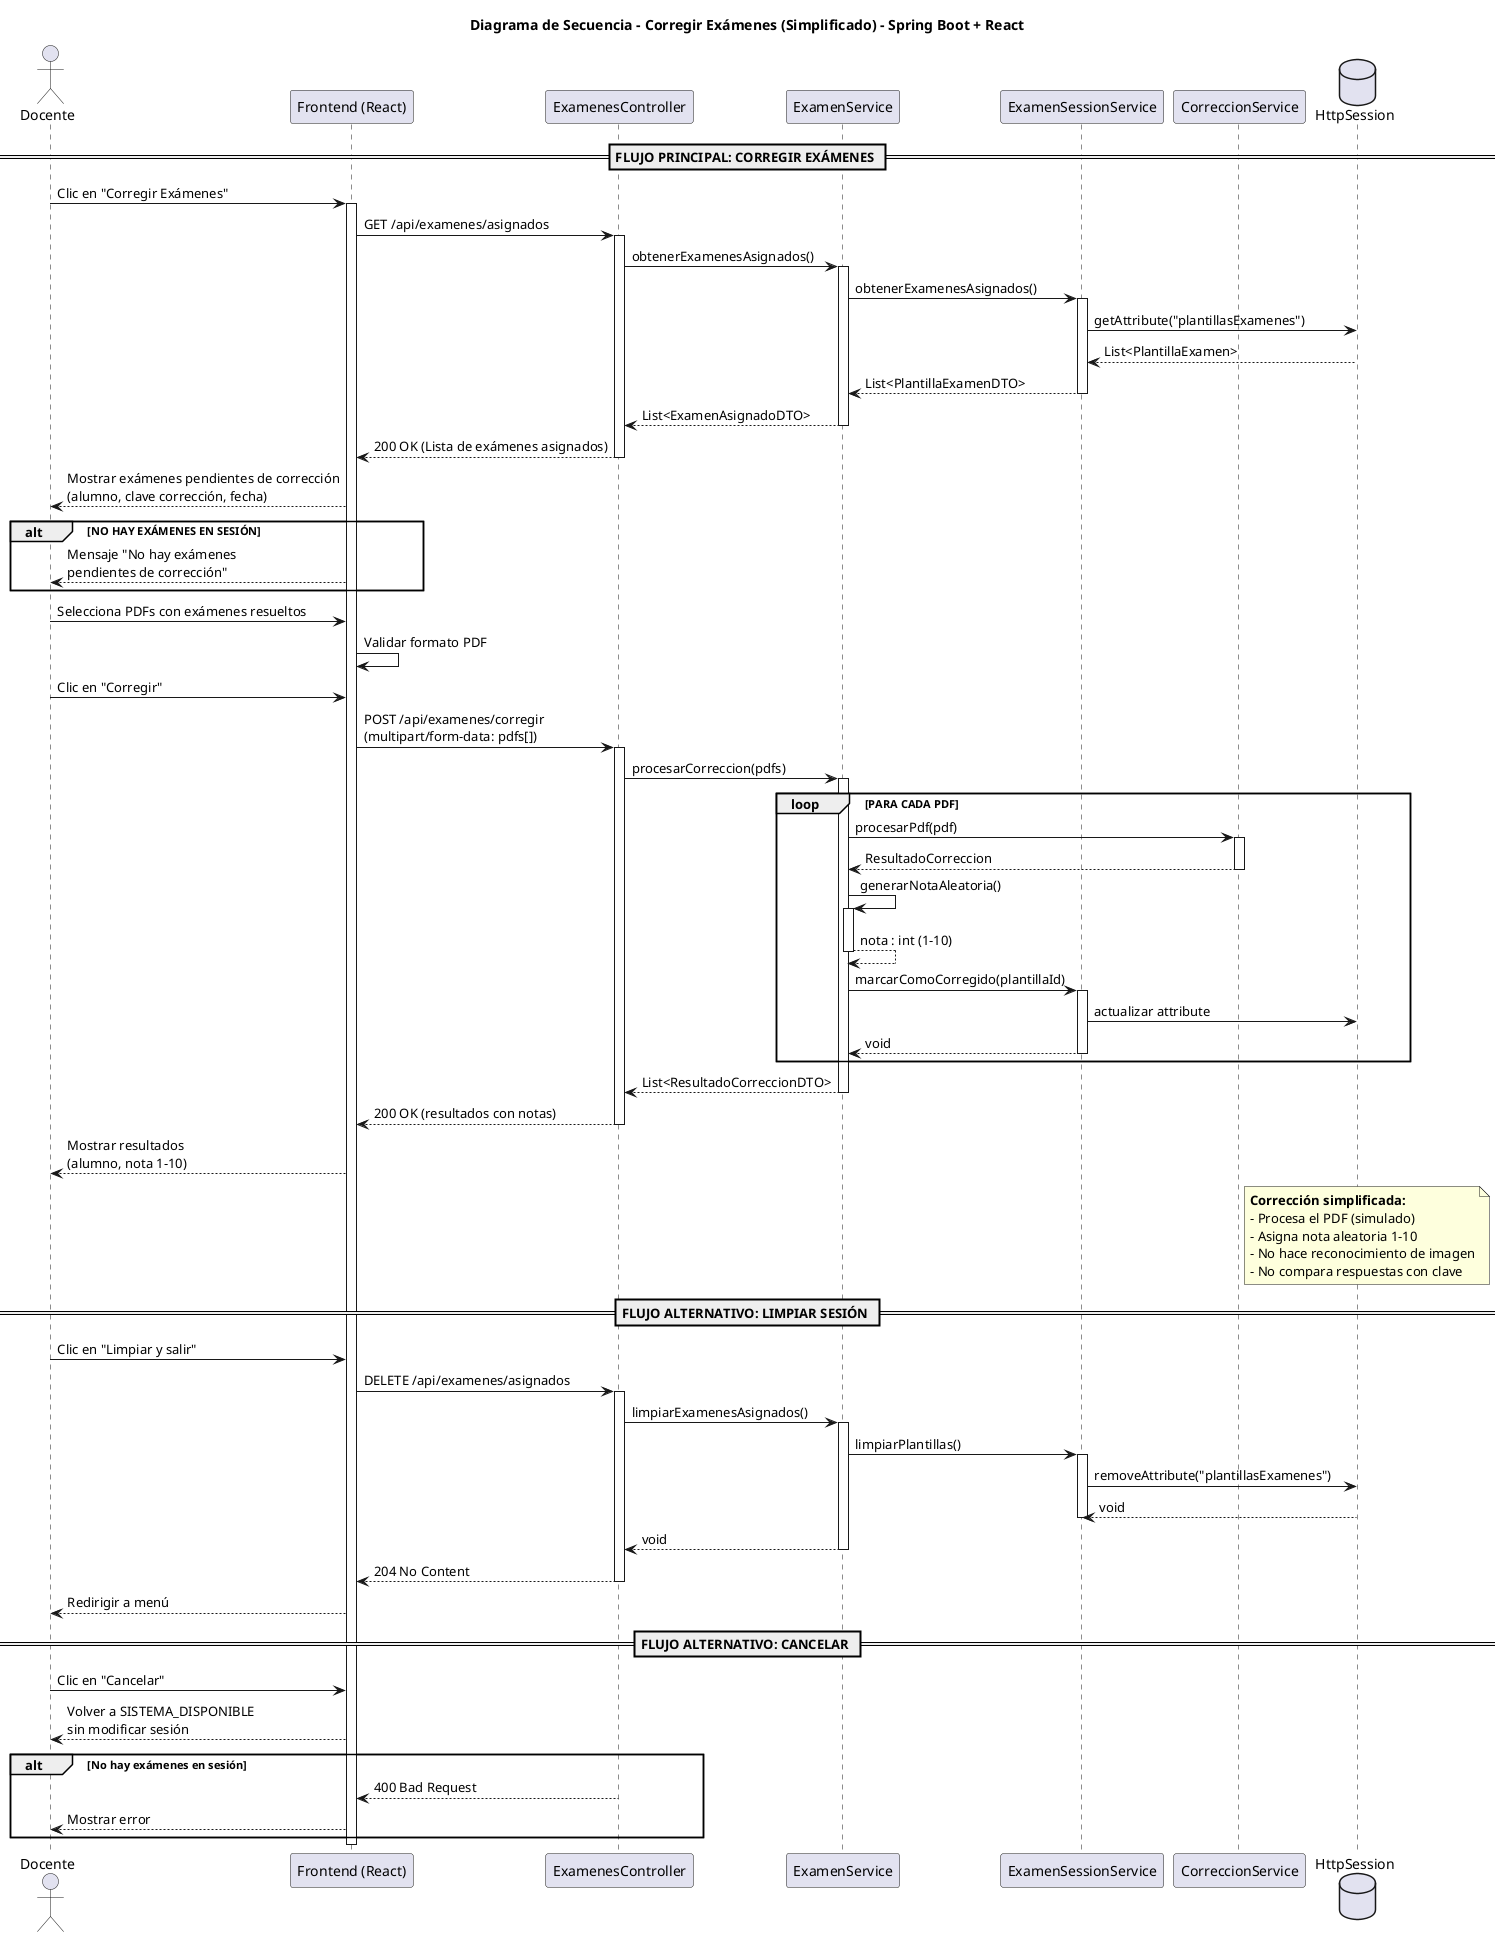
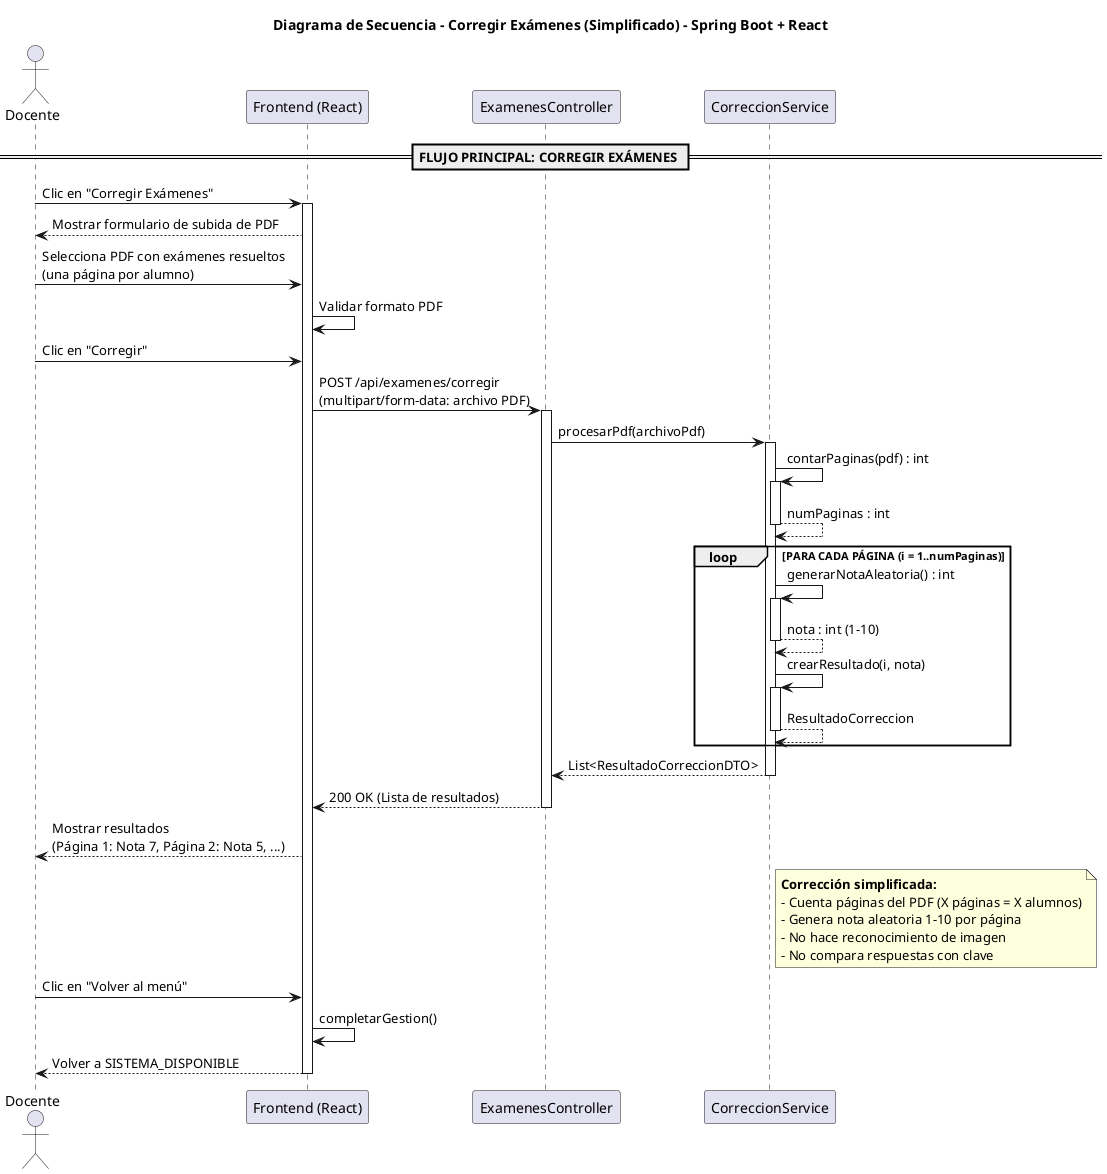
@startuml
title Diagrama de Secuencia - Corregir Exámenes (Simplificado) - Spring Boot + React

actor "Docente" as Teacher
participant "Frontend (React)" as FE
participant "ExamenesController" as Controller
- participant "ExamenService" as Service
- participant "ExamenSessionService" as SessionService
participant "CorreccionService" as CorreccionService
- database "HttpSession" as Session

== FLUJO PRINCIPAL: CORREGIR EXÁMENES ==

Teacher -> FE: Clic en "Corregir Exámenes"
activate FE

- FE -> Controller: GET /api/examenes/asignados
- activate Controller
- Controller -> Service: obtenerExamenesAsignados()
- activate Service
- Service -> SessionService: obtenerExamenesAsignados()
- activate SessionService
- SessionService -> Session: getAttribute("plantillasExamenes")
- Session --> SessionService: List<PlantillaExamen>
- SessionService --> Service: List<PlantillaExamenDTO>
- deactivate SessionService
- Service --> Controller: List<ExamenAsignadoDTO>
- deactivate Service
- Controller --> FE: 200 OK (Lista de exámenes asignados)
- deactivate Controller
- FE --> Teacher: Mostrar exámenes pendientes de corrección\n(alumno, clave corrección, fecha)
+ FE --> Teacher: Mostrar formulario de subida de PDF

- alt NO HAY EXÁMENES EN SESIÓN
-     FE --> Teacher: Mensaje "No hay exámenes\npendientes de corrección"
- end
- 
- Teacher -> FE: Selecciona PDFs con exámenes resueltos
+ Teacher -> FE: Selecciona PDF con exámenes resueltos\n(una página por alumno)
FE -> FE: Validar formato PDF

Teacher -> FE: Clic en "Corregir"
- FE -> Controller: POST /api/examenes/corregir\n(multipart/form-data: pdfs[])
+ FE -> Controller: POST /api/examenes/corregir\n(multipart/form-data: archivo PDF)
activate Controller
- Controller -> Service: procesarCorreccion(pdfs)
- activate Service

- loop PARA CADA PDF
-     Service -> CorreccionService: procesarPdf(pdf)
+ Controller -> CorreccionService: procesarPdf(archivoPdf)
+ activate CorreccionService
+ 
+ CorreccionService -> CorreccionService: contarPaginas(pdf) : int
+ activate CorreccionService
+ CorreccionService --> CorreccionService: numPaginas : int
+ deactivate CorreccionService
+ 
+ loop PARA CADA PÁGINA (i = 1..numPaginas)
+     CorreccionService -> CorreccionService: generarNotaAleatoria() : int
    activate CorreccionService
-     CorreccionService --> Service: ResultadoCorreccion
+     CorreccionService --> CorreccionService: nota : int (1-10)
    deactivate CorreccionService

-     Service -> Service: generarNotaAleatoria()
-     activate Service
-     Service --> Service: nota : int (1-10)
-     deactivate Service
- 
-     Service -> SessionService: marcarComoCorregido(plantillaId)
-     activate SessionService
-     SessionService -> Session: actualizar attribute
-     SessionService --> Service: void
-     deactivate SessionService
+     CorreccionService -> CorreccionService: crearResultado(i, nota)
+     activate CorreccionService
+     CorreccionService --> CorreccionService: ResultadoCorreccion
+     deactivate CorreccionService
end

- Service --> Controller: List<ResultadoCorreccionDTO>
- deactivate Service
- Controller --> FE: 200 OK (resultados con notas)
+ CorreccionService --> Controller: List<ResultadoCorreccionDTO>
+ deactivate CorreccionService
+ 
+ Controller --> FE: 200 OK (Lista de resultados)
deactivate Controller
- FE --> Teacher: Mostrar resultados\n(alumno, nota 1-10)
+ 
+ FE --> Teacher: Mostrar resultados\n(Página 1: Nota 7, Página 2: Nota 5, ...)

note right of CorreccionService
**Corrección simplificada:**
- - Procesa el PDF (simulado)
- - Asigna nota aleatoria 1-10
+ - Cuenta páginas del PDF (X páginas = X alumnos)
+ - Genera nota aleatoria 1-10 por página
- No hace reconocimiento de imagen
- No compara respuestas con clave
end note

- == FLUJO ALTERNATIVO: LIMPIAR SESIÓN ==
- 
- Teacher -> FE: Clic en "Limpiar y salir"
- FE -> Controller: DELETE /api/examenes/asignados
- activate Controller
- Controller -> Service: limpiarExamenesAsignados()
- activate Service
- Service -> SessionService: limpiarPlantillas()
- activate SessionService
- SessionService -> Session: removeAttribute("plantillasExamenes")
- Session --> SessionService: void
- deactivate SessionService
- Service --> Controller: void
- deactivate Service
- Controller --> FE: 204 No Content
- deactivate Controller
- FE --> Teacher: Redirigir a menú
- 
- == FLUJO ALTERNATIVO: CANCELAR ==
- 
- Teacher -> FE: Clic en "Cancelar"
- FE --> Teacher: Volver a SISTEMA_DISPONIBLE\nsin modificar sesión
- 
- alt No hay exámenes en sesión
-     Controller --> FE: 400 Bad Request
-     FE --> Teacher: Mostrar error
- end
+ Teacher -> FE: Clic en "Volver al menú"
+ FE -> FE: completarGestion()
+ FE --> Teacher: Volver a SISTEMA_DISPONIBLE

deactivate FE

@enduml